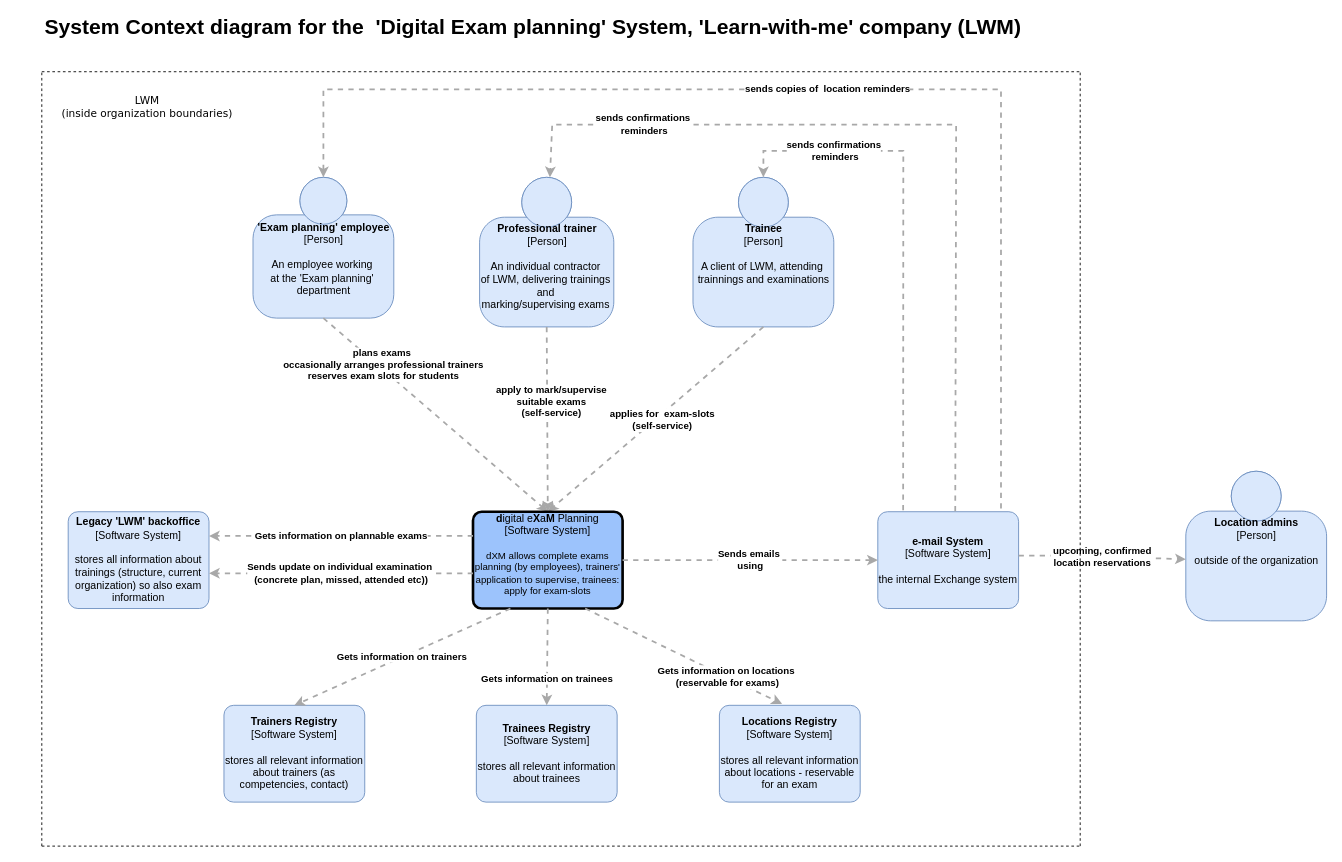
The draw.io diagram system-context-diagram-dxm.drawio in andreea-anastasescu/school-of-architecture, before the edit. Source tidied: cells renumbered, new cells numbered last; positions are measured from the earlier drawing's top-left corner, leaving out a move shared by most shapes. Both pictures are drawn from the tidied source at 88%, with x=0, y=0 at pixel (15, 18).
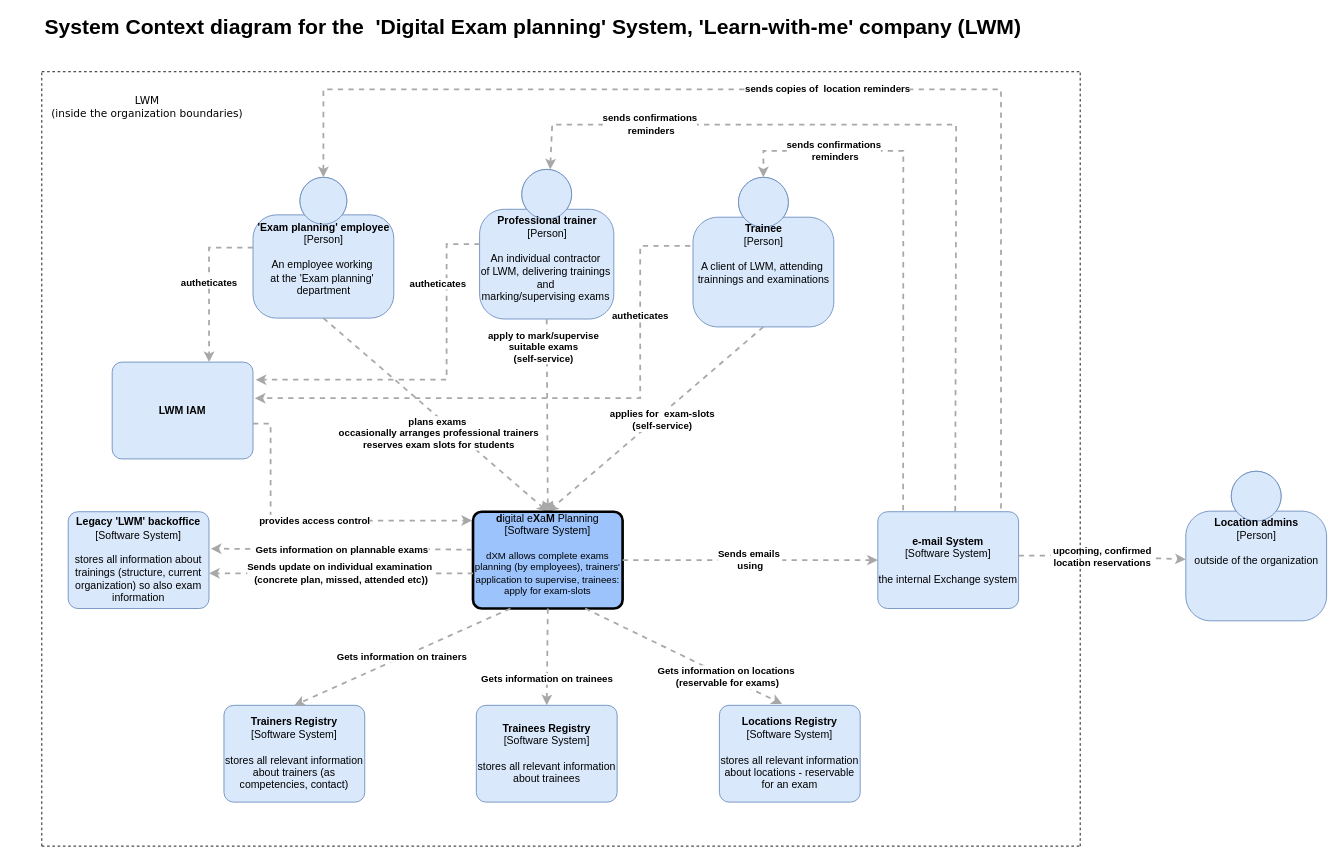
The same diagram, later.

The change refers to these unchanged cells:
```xml
<mxCell id="2" value="&lt;b&gt;'Exam planning' employee&lt;/b&gt;&lt;div&gt;[Person]&lt;/div&gt;&lt;br&gt;&lt;div&gt;An employee working&amp;nbsp;&lt;/div&gt;&lt;div&gt;at the 'Exam planning'&amp;nbsp;&lt;/div&gt;&lt;div&gt;department&lt;/div&gt;" style="html=1;dashed=0;whitespace=wrap;fillColor=#DAE8FC;strokeColor=#6C8EBF;shape=mxgraph.c4.person;align=center;points=[[0.5,0,0],[1,0.5,0],[1,0.75,0],[0.75,1,0],[0.5,1,0],[0.25,1,0],[0,0.75,0],[0,0.5,0]];verticalAlign=top;" parent="1" vertex="1">
  <mxGeometry x="270" y="180" width="160" height="160" as="geometry" />
</mxCell>
<mxCell id="6" value="&lt;div&gt;&lt;b&gt;Trainee&lt;/b&gt;&lt;/div&gt;&lt;div&gt;[Person]&lt;/div&gt;&lt;div&gt;&lt;br&gt;&lt;/div&gt;&lt;div&gt;A client of LWM, attending&amp;nbsp;&lt;/div&gt;&lt;div&gt;trainnings and examinations&lt;/div&gt;" style="html=1;dashed=0;whitespace=wrap;fillColor=#DAE8FC;strokeColor=#6C8EBF;shape=mxgraph.c4.person;align=center;points=[[0.5,0,0],[1,0.5,0],[1,0.75,0],[0.75,1,0],[0.5,1,0],[0.25,1,0],[0,0.75,0],[0,0.5,0]];verticalAlign=top;" parent="1" vertex="1">
  <mxGeometry x="770" y="180" width="160" height="170" as="geometry" />
</mxCell>
<mxCell id="9" value="&lt;b&gt;d&lt;/b&gt;igital e&lt;b&gt;X&lt;/b&gt;a&lt;b&gt;M&lt;/b&gt;&amp;nbsp;Planning&lt;br&gt;&lt;div&gt;[Software System]&lt;/div&gt;&lt;br&gt;&lt;div style=&quot;font-size: 11px&quot;&gt;&lt;font style=&quot;font-size: 11px&quot;&gt;dXM allows complete e&lt;/font&gt;&lt;span&gt;xams planning (by employees),&lt;/span&gt;&lt;span&gt;&amp;nbsp;trainers' application to supervise,&lt;/span&gt;&lt;span&gt;&amp;nbsp;trainees: apply for exam-slots&lt;/span&gt;&lt;/div&gt;&lt;div style=&quot;text-align: left ; font-size: 11px&quot;&gt;&lt;font style=&quot;font-size: 11px&quot;&gt;&amp;nbsp;&amp;nbsp;&lt;/font&gt;&lt;/div&gt;" style="rounded=1;whiteSpace=wrap;html=1;labelBackgroundColor=none;fontColor=#000000;align=center;arcSize=9;points=[[0.25,0,0],[0.5,0,0],[0.75,0,0],[1,0.25,0],[1,0.5,0],[1,0.75,0],[0.75,1,0],[0.5,1,0],[0.25,1,0],[0,0.75,0],[0,0.5,0],[0,0.25,0]];fillColor=#9CC3FC;strokeWidth=3;glass=0;shadow=0;sketch=0;" parent="1" vertex="1">
  <mxGeometry x="520" y="560" width="170" height="110" as="geometry" />
</mxCell>
<mxCell id="10" value="&lt;b&gt;Legacy 'LWM' backoffice&lt;/b&gt;&lt;div&gt;[Software System]&lt;/div&gt;&lt;br&gt;&lt;div&gt;stores all information about trainings (structure, current organization) so also exam information&lt;/div&gt;" style="rounded=1;whiteSpace=wrap;html=1;labelBackgroundColor=none;fillColor=#dae8fc;fontColor=#000000;align=center;arcSize=10;strokeColor=#6c8ebf;points=[[0.25,0,0],[0.5,0,0],[0.75,0,0],[1,0.25,0],[1,0.5,0],[1,0.75,0],[0.75,1,0],[0.5,1,0],[0.25,1,0],[0,0.75,0],[0,0.5,0],[0,0.25,0]];" parent="1" vertex="1">
  <mxGeometry x="60" y="560" width="160" height="110" as="geometry" />
</mxCell>
```

The edit, as a diff of the source:
```diff
@@
     <mxCell id="3" value="&lt;div style=&quot;text-align: left&quot;&gt;&lt;div style=&quot;text-align: center&quot;&gt;&lt;b&gt;plans exams&amp;nbsp;&lt;/b&gt;&lt;/div&gt;&lt;div style=&quot;text-align: center&quot;&gt;&lt;b&gt;occasionally arranges professional trainers&lt;/b&gt;&lt;/div&gt;&lt;div style=&quot;text-align: center&quot;&gt;&lt;b&gt;reserves exam slots for students&lt;/b&gt;&lt;/div&gt;&lt;/div&gt;" style="edgeStyle=none;rounded=0;html=1;jettySize=auto;strokeColor=#A8A8A8;strokeWidth=2;fontColor=#000000;jumpStyle=none;dashed=1;exitX=0.5;exitY=1;exitDx=0;exitDy=0;exitPerimeter=0;entryX=0.5;entryY=0;entryDx=0;entryDy=0;entryPerimeter=0;" parent="1" edge="1" source="2" target="9">
-      <mxGeometry x="-0.49" y="4" relative="1" as="geometry" />
+      <mxGeometry x="0.09" y="-14" relative="1" as="geometry">
+        <mxPoint x="1" as="offset" />
+      </mxGeometry>
     </mxCell>
@@
     <mxCell id="5" value="&lt;b&gt;Professional trainer&lt;/b&gt;&lt;br&gt;&lt;div&gt;[Person]&lt;/div&gt;&lt;br&gt;&lt;div&gt;An individual contractor&amp;nbsp;&lt;/div&gt;&lt;div&gt;of LWM, delivering trainings&amp;nbsp;&lt;/div&gt;&lt;div&gt;and&amp;nbsp;&lt;/div&gt;&lt;div&gt;marking/supervising exams&amp;nbsp;&lt;br&gt;&lt;/div&gt;&lt;div&gt;&lt;br&gt;&lt;/div&gt;" style="html=1;dashed=0;whitespace=wrap;fillColor=#DAE8FC;strokeColor=#6C8EBF;shape=mxgraph.c4.person;align=center;points=[[0.5,0,0],[1,0.5,0],[1,0.75,0],[0.75,1,0],[0.5,1,0],[0.25,1,0],[0,0.75,0],[0,0.5,0]];verticalAlign=top;" parent="1" vertex="1">
-      <mxGeometry x="527.5" y="180" width="152.5" height="170" as="geometry" />
+      <mxGeometry x="527.5" y="171" width="152.5" height="170" as="geometry" />
     </mxCell>
@@
     <mxCell id="7" value="&lt;div style=&quot;text-align: left&quot;&gt;&lt;div style=&quot;text-align: center&quot;&gt;&lt;b&gt;apply to mark/supervise&lt;/b&gt;&lt;/div&gt;&lt;div style=&quot;text-align: center&quot;&gt;&lt;b&gt;suitable exams&lt;/b&gt;&lt;/div&gt;&lt;div style=&quot;text-align: center&quot;&gt;&lt;b&gt;(self-service)&lt;/b&gt;&lt;/div&gt;&lt;/div&gt;" style="edgeStyle=none;rounded=0;html=1;jettySize=auto;strokeColor=#A8A8A8;strokeWidth=2;fontColor=#000000;jumpStyle=none;dashed=1;exitX=0.5;exitY=1;exitDx=0;exitDy=0;exitPerimeter=0;entryX=0.5;entryY=0;entryDx=0;entryDy=0;entryPerimeter=0;" parent="1" edge="1" source="5" target="9">
-      <mxGeometry x="-0.19" y="5" relative="1" as="geometry" />
+      <mxGeometry x="-0.71" y="-4" relative="1" as="geometry" />
     </mxCell>
@@
-    <mxCell id="12" value="&lt;div style=&quot;text-align: left&quot;&gt;&lt;div style=&quot;text-align: center&quot;&gt;&lt;b&gt;Gets information on plannable exams&lt;/b&gt;&lt;/div&gt;&lt;/div&gt;" style="edgeStyle=none;rounded=0;html=1;entryX=1;entryY=0.25;jettySize=auto;strokeColor=#A8A8A8;strokeWidth=2;fontColor=#000000;jumpStyle=none;dashed=1;entryDx=0;entryDy=0;entryPerimeter=0;exitX=0;exitY=0.25;exitDx=0;exitDy=0;exitPerimeter=0;" parent="1" edge="1" source="9" target="10">
+    <mxCell id="12" value="&lt;div style=&quot;text-align: left&quot;&gt;&lt;div style=&quot;text-align: center&quot;&gt;&lt;b&gt;Gets information on plannable exams&lt;/b&gt;&lt;/div&gt;&lt;/div&gt;" style="edgeStyle=none;rounded=0;html=1;entryX=1.013;entryY=0.382;jettySize=auto;strokeColor=#A8A8A8;strokeWidth=2;fontColor=#000000;jumpStyle=none;dashed=1;entryDx=0;entryDy=0;entryPerimeter=0;exitX=-0.006;exitY=0.391;exitDx=0;exitDy=0;exitPerimeter=0;" parent="1" edge="1" source="9" target="10">
       <mxGeometry relative="1" as="geometry" />
     </mxCell>
@@
-    <mxCell id="30" value="LWM&lt;br&gt;(inside organization boundaries)" style="text;html=1;strokeColor=none;fillColor=none;align=center;verticalAlign=middle;whiteSpace=wrap;rounded=0;fontFamily=Verdana;" parent="1" vertex="1">
+    <mxCell id="30" value="LWM&lt;br&gt;(inside the organization boundaries)" style="text;html=1;strokeColor=none;fillColor=none;align=center;verticalAlign=middle;whiteSpace=wrap;rounded=0;fontFamily=Verdana;" parent="1" vertex="1">
       <mxGeometry x="30" y="90" width="240" height="20" as="geometry" />
     </mxCell>
+    <mxCell id="31" value="&lt;b&gt;LWM IAM&lt;/b&gt;" style="rounded=1;whiteSpace=wrap;html=1;labelBackgroundColor=none;fillColor=#dae8fc;fontColor=#000000;align=center;arcSize=10;strokeColor=#6c8ebf;points=[[0.25,0,0],[0.5,0,0],[0.75,0,0],[1,0.25,0],[1,0.5,0],[1,0.75,0],[0.75,1,0],[0.5,1,0],[0.25,1,0],[0,0.75,0],[0,0.5,0],[0,0.25,0]];" parent="1" vertex="1">
+      <mxGeometry x="110" y="390" width="160" height="110" as="geometry" />
+    </mxCell>
+    <mxCell id="32" value="&lt;div style=&quot;text-align: left&quot;&gt;&lt;div style=&quot;text-align: center&quot;&gt;&lt;b&gt;autheticates&lt;/b&gt;&lt;/div&gt;&lt;/div&gt;" style="edgeStyle=none;rounded=0;html=1;entryX=0.688;entryY=0;jettySize=auto;strokeColor=#A8A8A8;strokeWidth=2;fontColor=#000000;jumpStyle=none;dashed=1;entryDx=0;entryDy=0;entryPerimeter=0;exitX=0;exitY=0.5;exitDx=0;exitDy=0;exitPerimeter=0;" parent="1" edge="1" source="2" target="31">
+      <mxGeometry relative="1" as="geometry">
+        <Array as="points">
+          <mxPoint x="220" y="260" />
+        </Array>
+      </mxGeometry>
+    </mxCell>
+    <mxCell id="33" value="&lt;div style=&quot;text-align: left&quot;&gt;&lt;div style=&quot;text-align: center&quot;&gt;&lt;b&gt;autheticates&lt;/b&gt;&lt;/div&gt;&lt;/div&gt;" style="edgeStyle=none;rounded=0;html=1;jettySize=auto;strokeColor=#A8A8A8;strokeWidth=2;fontColor=#000000;jumpStyle=none;dashed=1;exitX=0;exitY=0.5;exitDx=0;exitDy=0;exitPerimeter=0;" parent="1" edge="1" source="5">
+      <mxGeometry x="-0.6" y="-10" relative="1" as="geometry">
+        <mxPoint x="273" y="410" as="targetPoint" />
+        <Array as="points">
+          <mxPoint x="490" y="256" />
+          <mxPoint x="490" y="410" />
+          <mxPoint x="273" y="410" />
+        </Array>
+      </mxGeometry>
+    </mxCell>
+    <mxCell id="34" value="&lt;div style=&quot;text-align: left&quot;&gt;&lt;div style=&quot;text-align: center&quot;&gt;&lt;b&gt;autheticates&lt;/b&gt;&lt;/div&gt;&lt;/div&gt;" style="edgeStyle=none;rounded=0;html=1;jettySize=auto;strokeColor=#A8A8A8;strokeWidth=2;fontColor=#000000;jumpStyle=none;dashed=1;exitX=-0.019;exitY=0.459;exitDx=0;exitDy=0;exitPerimeter=0;entryX=1.013;entryY=0.373;entryDx=0;entryDy=0;entryPerimeter=0;" parent="1" edge="1" source="6" target="31">
+      <mxGeometry x="-0.59" relative="1" as="geometry">
+        <Array as="points">
+          <mxPoint x="710" y="258" />
+          <mxPoint x="710" y="431" />
+        </Array>
+      </mxGeometry>
+    </mxCell>
+    <mxCell id="35" value="&lt;div style=&quot;text-align: left&quot;&gt;&lt;div style=&quot;text-align: center&quot;&gt;&lt;b&gt;provides access control&lt;/b&gt;&lt;/div&gt;&lt;/div&gt;" style="edgeStyle=none;rounded=0;html=1;jettySize=auto;orthogonalLoop=1;strokeColor=#A8A8A8;strokeWidth=2;fontColor=#000000;jumpStyle=none;dashed=1;" parent="1" edge="1">
+      <mxGeometry relative="1" as="geometry">
+        <mxPoint x="270" y="460" as="sourcePoint" />
+        <mxPoint x="519" y="570" as="targetPoint" />
+        <Array as="points">
+          <mxPoint x="290" y="460" />
+          <mxPoint x="290" y="570" />
+        </Array>
+      </mxGeometry>
+    </mxCell>
```
